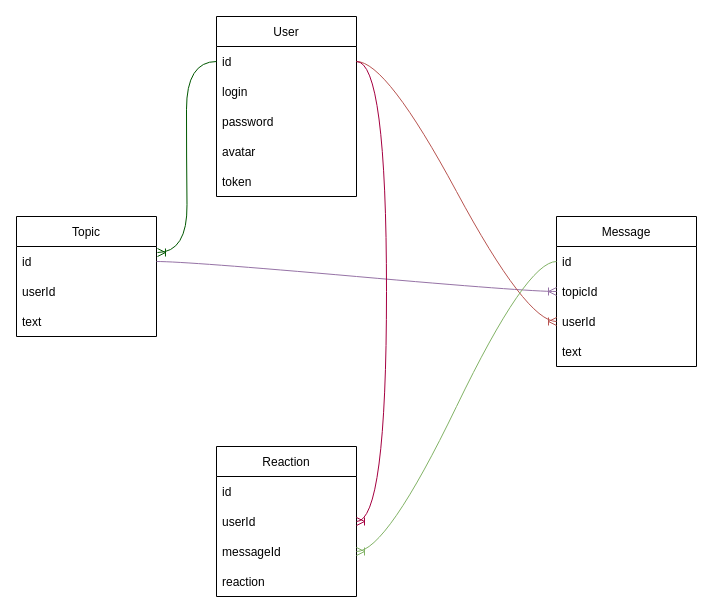
Before: Структура БД.drawio in lae1965/Inside, a draw.io diagram. Source tidied: cells renumbered, new cells numbered last; positions are measured from the earlier drawing's top-left corner, leaving out a move shared by most shapes. Both pictures are drawn from the tidied source at 100%, with x=0, y=0 at pixel (16, 16).
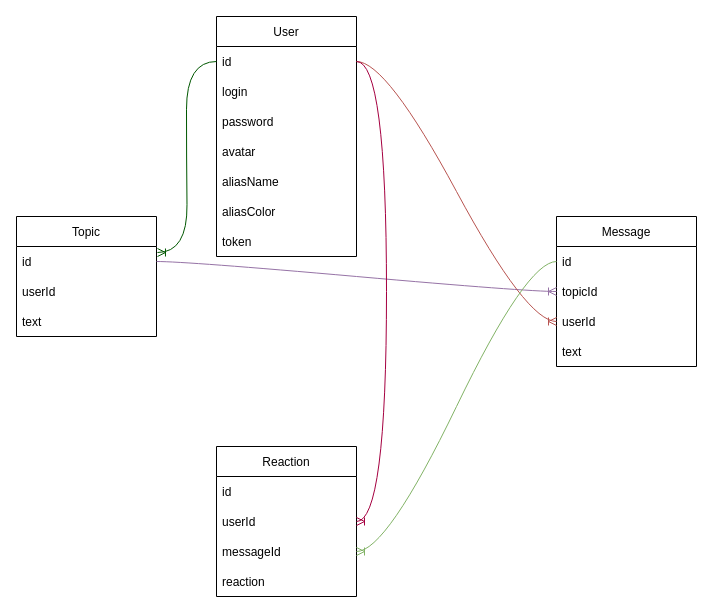
Above is the later version.

What changed in the source:
```diff
@@
     <mxCell id="2" value="User" style="swimlane;fontStyle=0;horizontal=1;startSize=30;rounded=0;" parent="1" vertex="1">
-      <mxGeometry x="200" width="140" height="180" as="geometry" />
+      <mxGeometry x="200" width="140" height="240" as="geometry" />
     </mxCell>
@@
+    <mxCell id="27" value="aliasName" style="text;strokeColor=none;fillColor=none;align=left;verticalAlign=middle;spacingLeft=4;spacingRight=4;overflow=hidden;rounded=0;" parent="2" vertex="1">
+      <mxGeometry y="150" width="140" height="30" as="geometry" />
+    </mxCell>
+    <mxCell id="28" value="aliasColor" style="text;strokeColor=none;fillColor=none;align=left;verticalAlign=middle;spacingLeft=4;spacingRight=4;overflow=hidden;rounded=0;" parent="2" vertex="1">
+      <mxGeometry y="180" width="140" height="30" as="geometry" />
+    </mxCell>
     <mxCell id="7" value="token" style="text;strokeColor=none;fillColor=none;align=left;verticalAlign=middle;spacingLeft=4;spacingRight=4;overflow=hidden;rounded=0;" parent="2" vertex="1">
-      <mxGeometry y="150" width="140" height="30" as="geometry" />
+      <mxGeometry y="210" width="140" height="30" as="geometry" />
     </mxCell>
```
